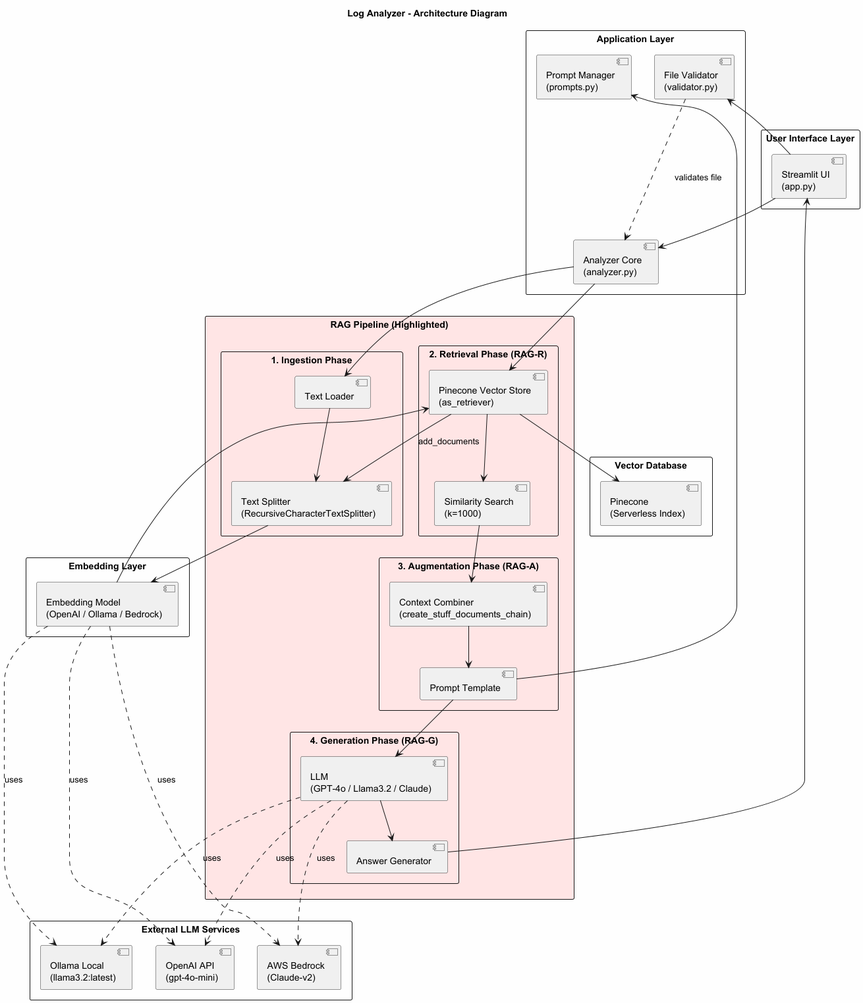
Above: documents/log_analyzer_architecture_diagram.png in dsdebayan/log_analyzer (PlantUML), before the change. Source of this version:
```plantuml
@startuml log_analyzer_architecture
title Log Analyzer - Architecture Diagram
skinparam backgroundColor #FEFEFE
skinparam componentBackgroundColor #F0F0F0
skinparam componentBorderColor #333333

rectangle "User Interface Layer" {
    component [Streamlit UI\n(app.py)] as StreamlitUI
}

rectangle "Application Layer" {
    component [File Validator\n(validator.py)] as Validator
    component [Analyzer Core\n(analyzer.py)] as Analyzer
    component [Prompt Manager\n(prompts.py)] as Prompts
}

rectangle "RAG Pipeline (Highlighted)" #FFE5E5 {
    rectangle "1. Ingestion Phase" {
        component [Text Loader] as TextLoader
        component [Text Splitter\n(RecursiveCharacterTextSplitter)] as Splitter
    }

    rectangle "2. Retrieval Phase (RAG-R)" {
        component [Pinecone Vector Store\n(as_retriever)] as VectorStore
        component [Similarity Search\n(k=1000)] as SimilaritySearch
    }

    rectangle "3. Augmentation Phase (RAG-A)" {
        component [Context Combiner\n(create_stuff_documents_chain)] as ContextCombiner
        component [Prompt Template] as PromptEngine
    }

    rectangle "4. Generation Phase (RAG-G)" {
        component [LLM\n(GPT-4o / Llama3.2 / Claude)] as LLM
        component [Answer Generator] as AnswerGen
    }
}

rectangle "Embedding Layer" {
    component [Embedding Model\n(OpenAI / Ollama / Bedrock)] as EmbeddingModel
}

rectangle "Vector Database" {
    component [Pinecone\n(Serverless Index)] as PineconeDB
}

rectangle "External LLM Services" {
    component [OpenAI API\n(gpt-4o-mini)] as OpenAI
    component [Ollama Local\n(llama3.2:latest)] as Ollama
    component [AWS Bedrock\n(Claude-v2)] as Bedrock
}

StreamlitUI --> Validator
StreamlitUI --> Analyzer

Validator -.-> Analyzer : validates file

Analyzer --> TextLoader
TextLoader --> Splitter

Splitter --> EmbeddingModel
EmbeddingModel --> VectorStore

VectorStore --> Splitter : add_documents
VectorStore --> PineconeDB

Analyzer --> VectorStore
VectorStore --> SimilaritySearch

SimilaritySearch --> ContextCombiner
ContextCombiner --> PromptEngine
PromptEngine --> Prompts

PromptEngine --> LLM
LLM --> AnswerGen
AnswerGen --> StreamlitUI

EmbeddingModel -.-> OpenAI : uses
EmbeddingModel -.-> Ollama : uses
EmbeddingModel -.-> Bedrock : uses

LLM -.-> OpenAI : uses
LLM -.-> Ollama : uses
LLM -.-> Bedrock : uses

@enduml
```
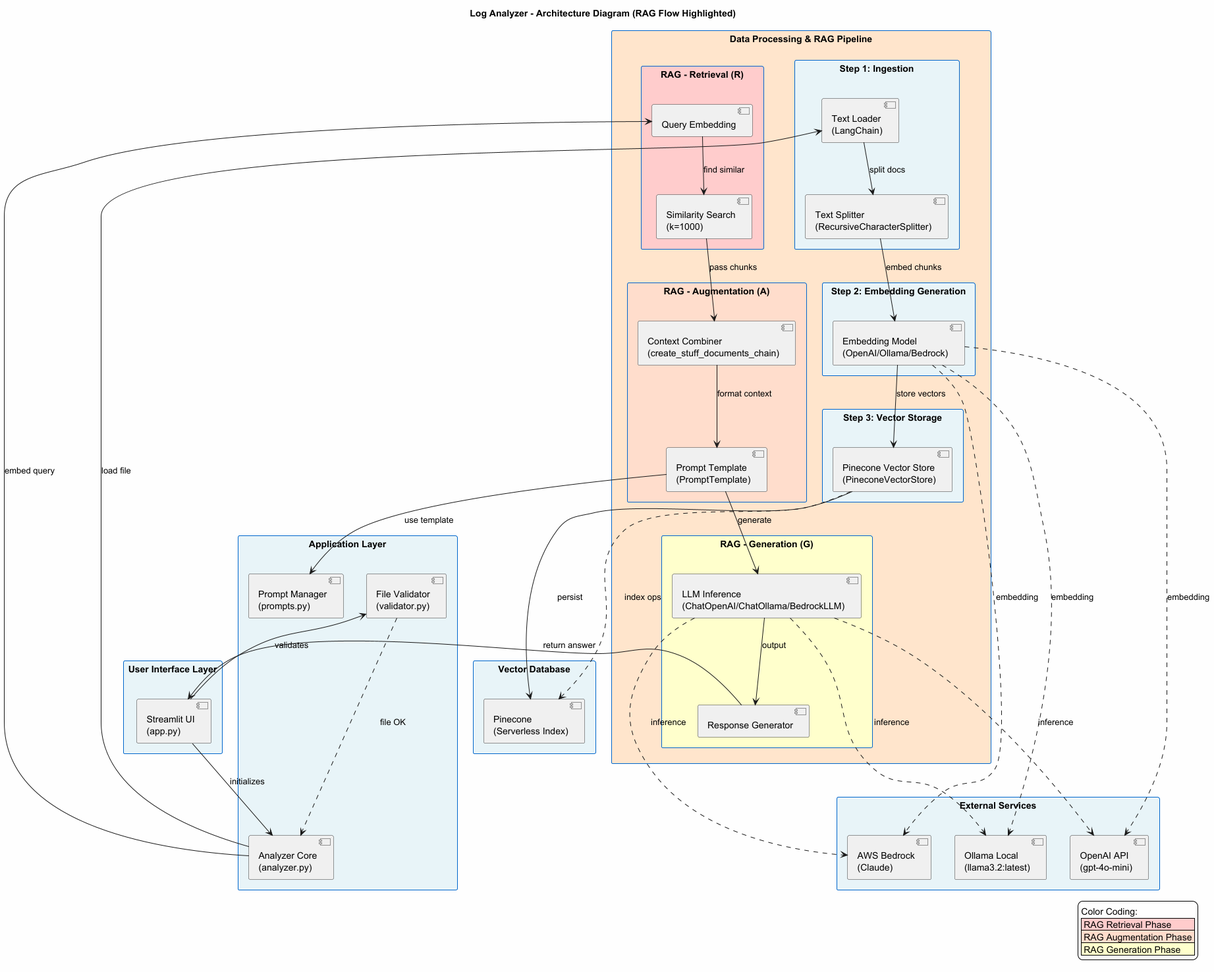
Above is the later version.

Diff of the diagram source:
```diff
@@ -1,8 +1,12 @@
 @startuml log_analyzer_architecture
-title Log Analyzer - Architecture Diagram
+title Log Analyzer - Architecture Diagram (RAG Flow Highlighted)
 skinparam backgroundColor #FEFEFE
 skinparam componentBackgroundColor #F0F0F0
 skinparam componentBorderColor #333333
+skinparam rectangle {
+    BackgroundColor #E8F4F8
+    BorderColor #0066CC
+}
 
 rectangle "User Interface Layer" {
     component [Streamlit UI\n(app.py)] as StreamlitUI
@@ -14,73 +18,84 @@
     component [Prompt Manager\n(prompts.py)] as Prompts
 }
 
-rectangle "RAG Pipeline (Highlighted)" #FFE5E5 {
-    rectangle "1. Ingestion Phase" {
-        component [Text Loader] as TextLoader
-        component [Text Splitter\n(RecursiveCharacterTextSplitter)] as Splitter
+rectangle "Data Processing & RAG Pipeline" #FFE5CC {
+
+    rectangle "Step 1: Ingestion" {
+        component [Text Loader\n(LangChain)] as TextLoader
+        component [Text Splitter\n(RecursiveCharacterSplitter)] as Splitter
     }
 
-    rectangle "2. Retrieval Phase (RAG-R)" {
-        component [Pinecone Vector Store\n(as_retriever)] as VectorStore
+    rectangle "Step 2: Embedding Generation" {
+        component [Embedding Model\n(OpenAI/Ollama/Bedrock)] as EmbeddingModel
+    }
+
+    rectangle "Step 3: Vector Storage" {
+        component [Pinecone Vector Store\n(PineconeVectorStore)] as VectorStore
+    }
+
+    rectangle "RAG - Retrieval (R)" #FFCCCC {
+        component [Query Embedding] as QueryEmbedding
         component [Similarity Search\n(k=1000)] as SimilaritySearch
     }
 
-    rectangle "3. Augmentation Phase (RAG-A)" {
+    rectangle "RAG - Augmentation (A)" #FFDDCC {
         component [Context Combiner\n(create_stuff_documents_chain)] as ContextCombiner
-        component [Prompt Template] as PromptEngine
+        component [Prompt Template\n(PromptTemplate)] as PromptEngine
     }
 
-    rectangle "4. Generation Phase (RAG-G)" {
-        component [LLM\n(GPT-4o / Llama3.2 / Claude)] as LLM
-        component [Answer Generator] as AnswerGen
+    rectangle "RAG - Generation (G)" #FFFFCC {
+        component [LLM Inference\n(ChatOpenAI/ChatOllama/BedrockLLM)] as LLM
+        component [Response Generator] as ResponseGen
     }
 }
 
-rectangle "Embedding Layer" {
-    component [Embedding Model\n(OpenAI / Ollama / Bedrock)] as EmbeddingModel
+rectangle "External Services" {
+    component [OpenAI API\n(gpt-4o-mini)] as OpenAI
+    component [Ollama Local\n(llama3.2:latest)] as Ollama
+    component [AWS Bedrock\n(Claude)] as Bedrock
 }
 
 rectangle "Vector Database" {
     component [Pinecone\n(Serverless Index)] as PineconeDB
 }
 
-rectangle "External LLM Services" {
-    component [OpenAI API\n(gpt-4o-mini)] as OpenAI
-    component [Ollama Local\n(llama3.2:latest)] as Ollama
-    component [AWS Bedrock\n(Claude-v2)] as Bedrock
-}
+StreamlitUI --> Validator : validates
+StreamlitUI --> Analyzer : initializes
 
-StreamlitUI --> Validator
-StreamlitUI --> Analyzer
+Validator -.-> Analyzer : file OK
 
-Validator -.-> Analyzer : validates file
+Analyzer --> TextLoader : load file
+TextLoader --> Splitter : split docs
 
-Analyzer --> TextLoader
-TextLoader --> Splitter
+Splitter --> EmbeddingModel : embed chunks
+EmbeddingModel --> VectorStore : store vectors
+VectorStore --> PineconeDB : persist
 
-Splitter --> EmbeddingModel
-EmbeddingModel --> VectorStore
+Analyzer --> QueryEmbedding : embed query
+QueryEmbedding --> SimilaritySearch : find similar
+SimilaritySearch --> ContextCombiner : pass chunks
+ContextCombiner --> PromptEngine : format context
+PromptEngine --> Prompts : use template
 
-VectorStore --> Splitter : add_documents
-VectorStore --> PineconeDB
+PromptEngine --> LLM : generate
+LLM --> ResponseGen : output
+ResponseGen --> StreamlitUI : return answer
 
-Analyzer --> VectorStore
-VectorStore --> SimilaritySearch
+EmbeddingModel -.-> OpenAI : embedding
+EmbeddingModel -.-> Ollama : embedding
+EmbeddingModel -.-> Bedrock : embedding
 
-SimilaritySearch --> ContextCombiner
-ContextCombiner --> PromptEngine
-PromptEngine --> Prompts
+LLM -.-> OpenAI : inference
+LLM -.-> Ollama : inference
+LLM -.-> Bedrock : inference
 
-PromptEngine --> LLM
-LLM --> AnswerGen
-AnswerGen --> StreamlitUI
+VectorStore -.-> PineconeDB : index ops
 
-EmbeddingModel -.-> OpenAI : uses
-EmbeddingModel -.-> Ollama : uses
-EmbeddingModel -.-> Bedrock : uses
-
-LLM -.-> OpenAI : uses
-LLM -.-> Ollama : uses
-LLM -.-> Bedrock : uses
+legend right
+  Color Coding:
+  |<#FFCCCC> RAG Retrieval Phase |
+  |<#FFDDCC> RAG Augmentation Phase |
+  |<#FFFFCC> RAG Generation Phase |
+end legend
 
 @enduml
```
